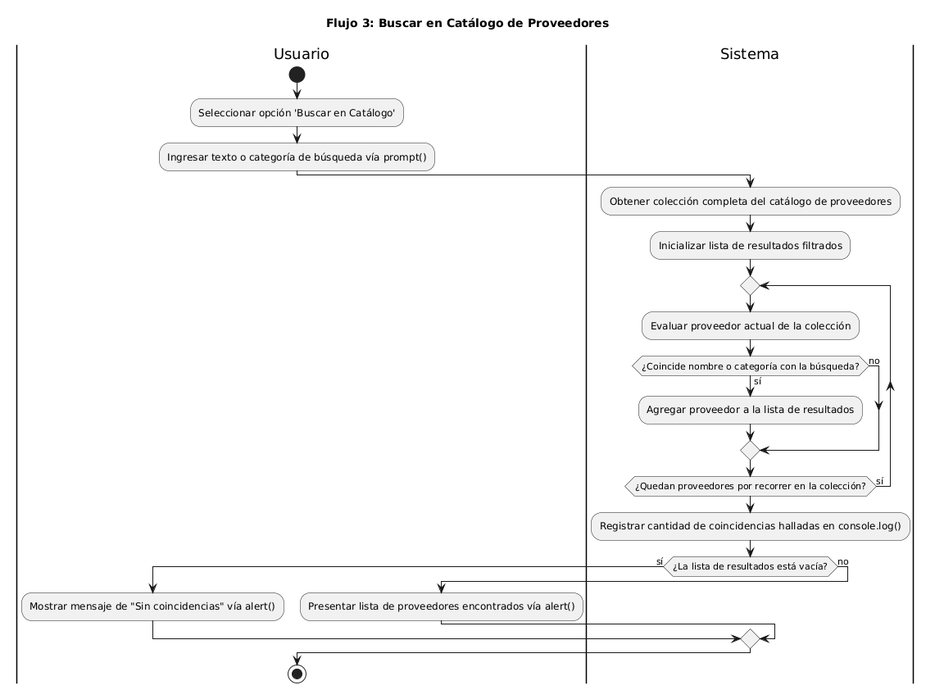
The PlantUML diagram docs/05-diagramas/01-diagrama-de-actividades/actividad-flujo-3-buscar-catalogo.png in carolabenvenuto-uces/planit, before a commit.
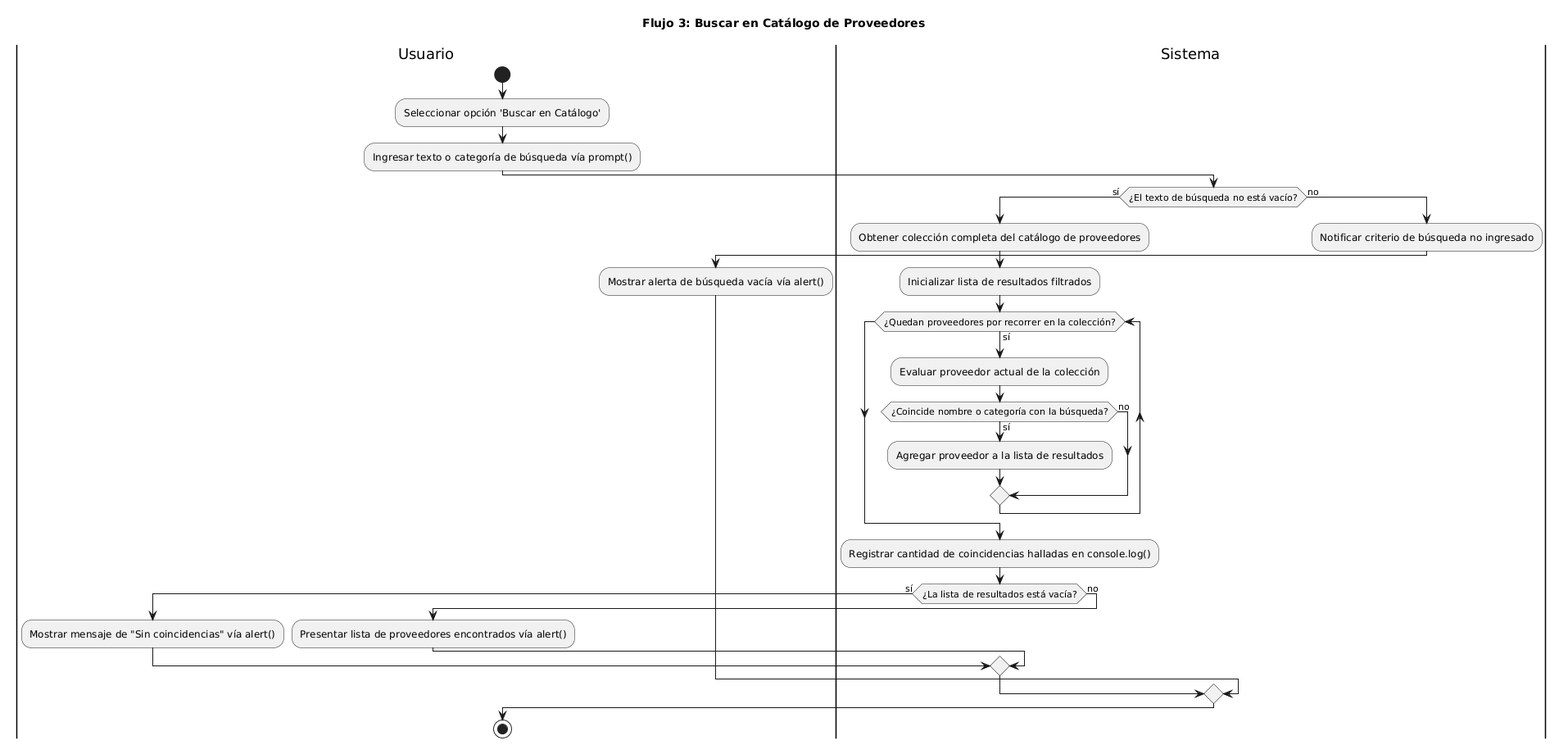
Later version of the same file.

Commit message:
refactor(diagramas): incorpora validaciones, bucles while y tabla de trazabilidad RC-ARQ-10

What changed in the source:
```diff
@@ -7,25 +7,33 @@
 :Ingresar texto o categoría de búsqueda vía prompt();
 
 |Sistema|
-:Obtener colección completa del catálogo de proveedores;
-:Inicializar lista de resultados filtrados;
+if (¿El texto de búsqueda no está vacío?) then (sí)
+  :Obtener colección completa del catálogo de proveedores;
+  :Inicializar lista de resultados filtrados;
 
-repeat
-  :Evaluar proveedor actual de la colección;
-  if (¿Coincide nombre o categoría con la búsqueda?) then (sí)
-    :Agregar proveedor a la lista de resultados;
+  while (¿Quedan proveedores por recorrer en la colección?) is (sí)
+    :Evaluar proveedor actual de la colección;
+    if (¿Coincide nombre o categoría con la búsqueda?) then (sí)
+      :Agregar proveedor a la lista de resultados;
+    else (no)
+    endif
+  endwhile
+
+  :Registrar cantidad de coincidencias halladas en console.log();
+
+  if (¿La lista de resultados está vacía?) then (sí)
+    |Usuario|
+    :Mostrar mensaje de "Sin coincidencias" vía alert();
   else (no)
+    |Usuario|
+    :Presentar lista de proveedores encontrados vía alert();
   endif
-repeat while (¿Quedan proveedores por recorrer en la colección?) is (sí)
+else (no)
+  |Sistema|
+  :Notificar criterio de búsqueda no ingresado;
 
-:Registrar cantidad de coincidencias halladas en console.log();
-
-if (¿La lista de resultados está vacía?) then (sí)
   |Usuario|
-  :Mostrar mensaje de "Sin coincidencias" vía alert();
-else (no)
-  |Usuario|
-  :Presentar lista de proveedores encontrados vía alert();
+  :Mostrar alerta de búsqueda vacía vía alert();
 endif
 
 stop
```
